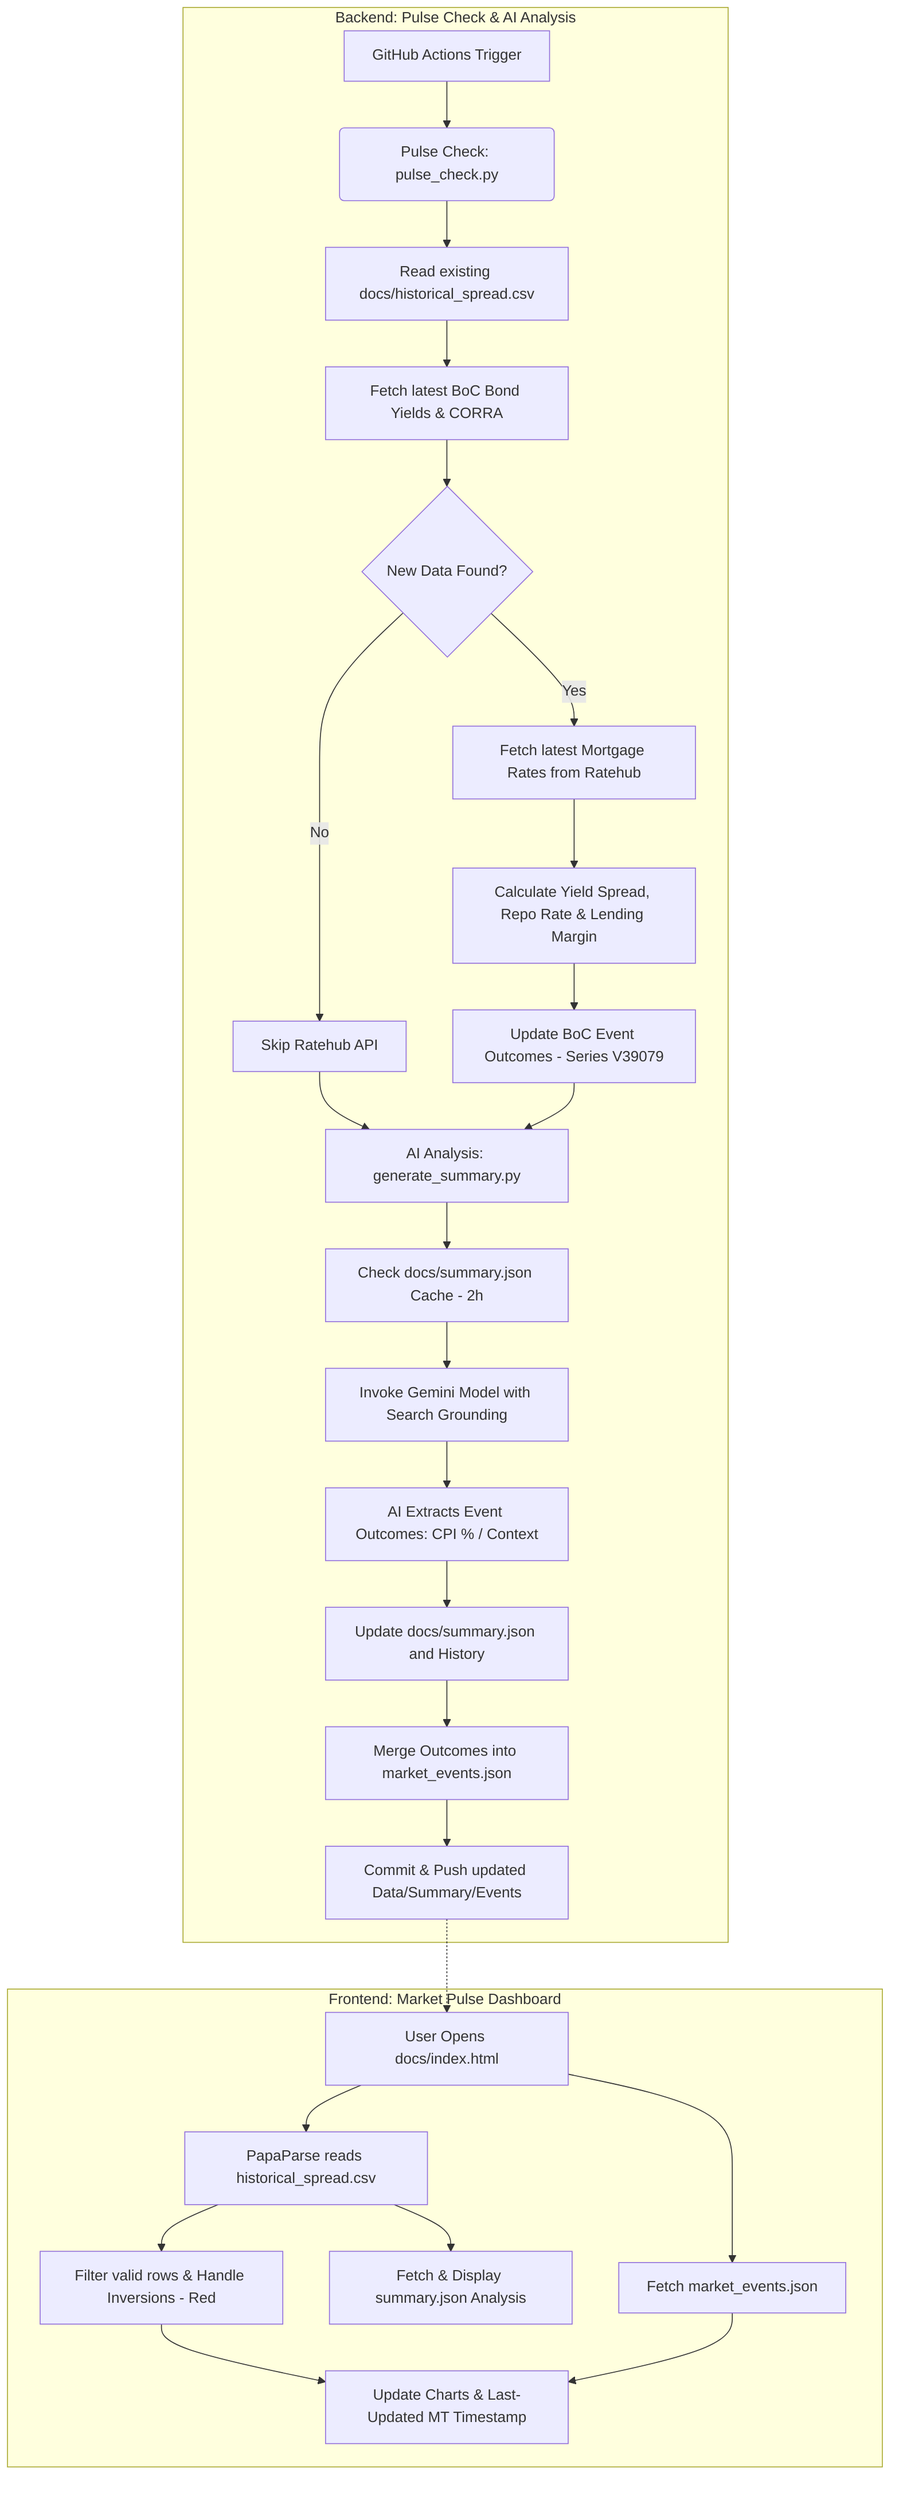
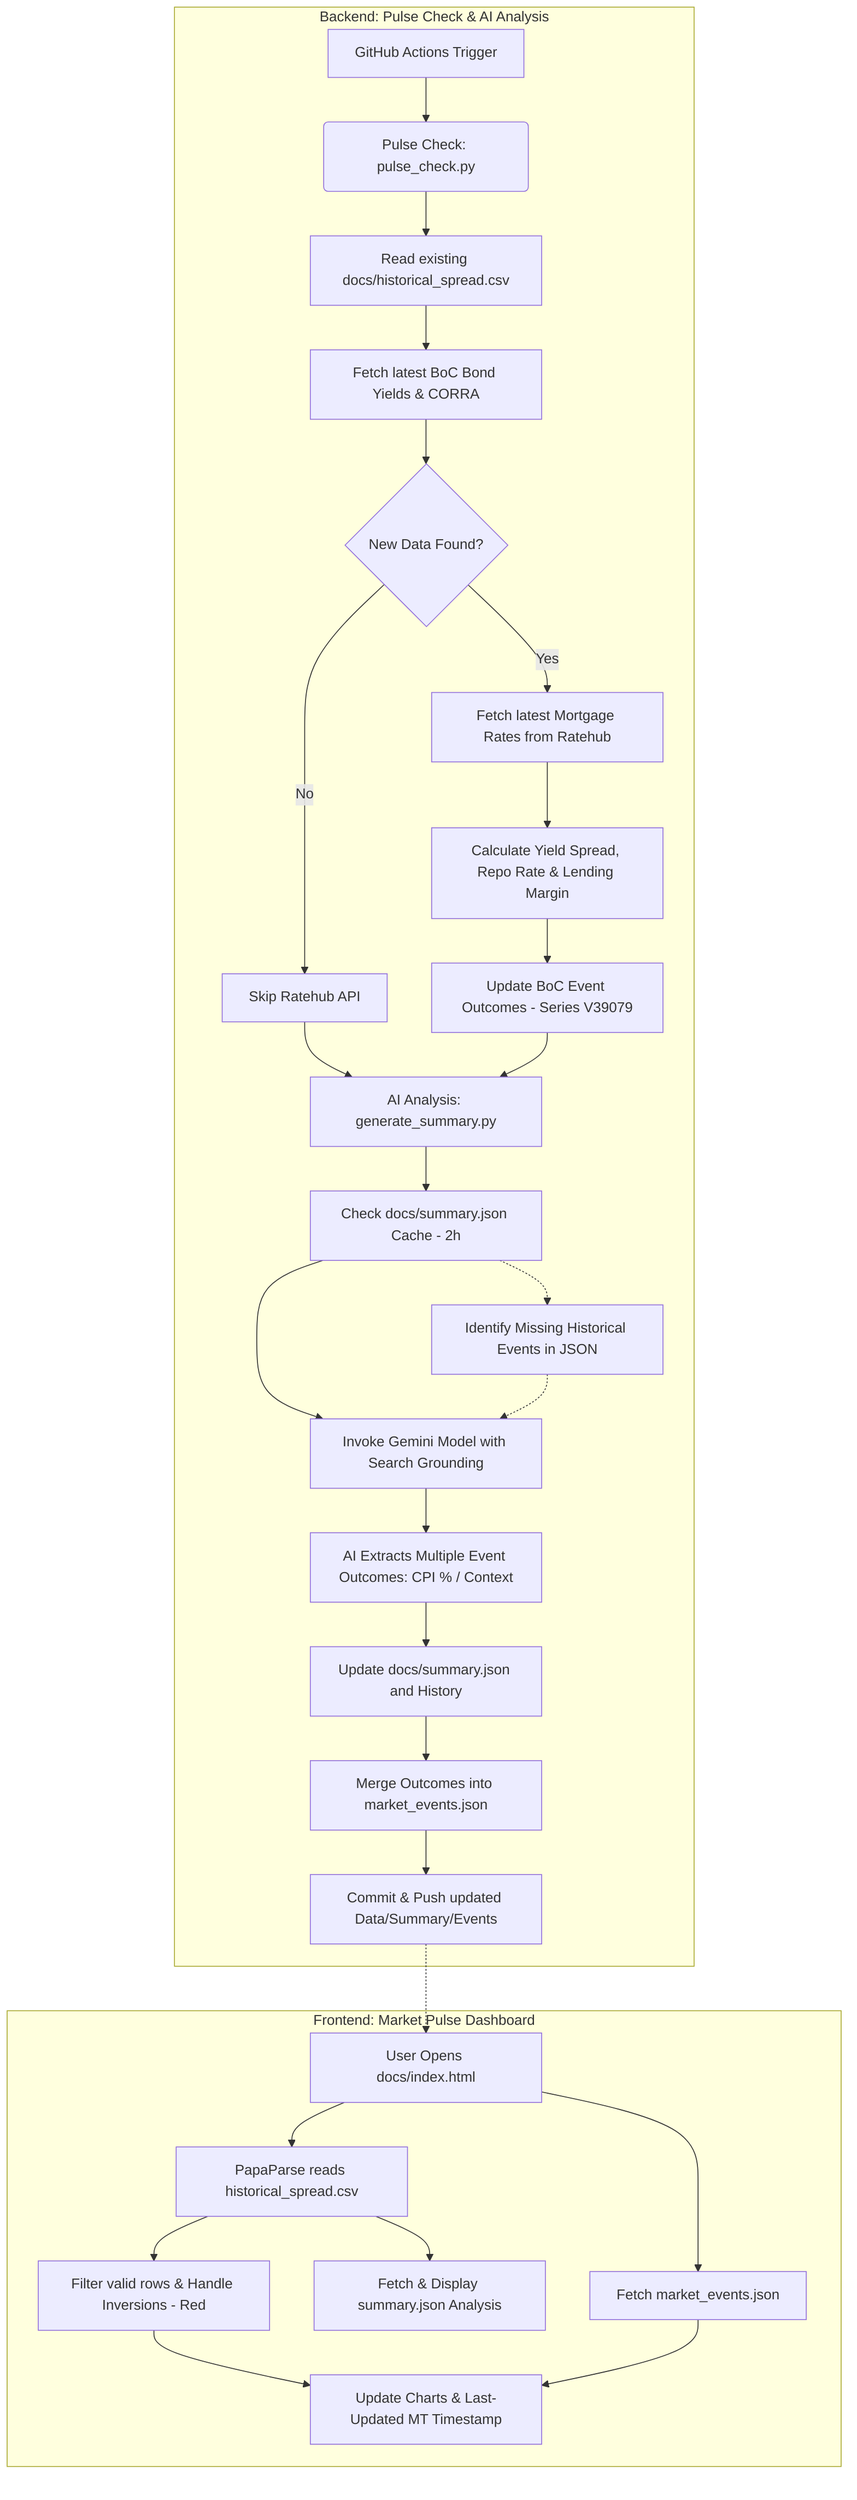
graph TD
    subgraph Backend ["Backend: Pulse Check & AI Analysis"]
    A[GitHub Actions Trigger] --> B(Pulse Check: pulse_check.py)
    B --> C[Read existing docs/historical_spread.csv]
    C --> D[Fetch latest BoC Bond Yields & CORRA]
    D --> E{New Data Found?}
    E -- No --> F[Skip Ratehub API]
    E -- Yes --> G[Fetch latest Mortgage Rates from Ratehub]
    G --> H[Calculate Yield Spread, Repo Rate & Lending Margin]
    H --> H1[Update BoC Event Outcomes - Series V39079]
    F --> I[AI Analysis: generate_summary.py]
    H1 --> I
    I --> J[Check docs/summary.json Cache - 2h]
    J --> K[Invoke Gemini Model with Search Grounding]
-     K --> K1[AI Extracts Event Outcomes: CPI % / Context]
+     J -.-> J1[Identify Missing Historical Events in JSON]
+     J1 -.-> K
+     K --> K1[AI Extracts Multiple Event Outcomes: CPI % / Context]
    K1 --> L[Update docs/summary.json and History]
    L --> L1[Merge Outcomes into market_events.json]
    L1 --> M[Commit & Push updated Data/Summary/Events]
    end

    subgraph Frontend ["Frontend: Market Pulse Dashboard"]
    N[User Opens docs/index.html] --> O[PapaParse reads historical_spread.csv]
    N --> R1[Fetch market_events.json]
    O --> P[Filter valid rows & Handle Inversions - Red]
    P --> Q[Update Charts & Last-Updated MT Timestamp]
    R1 --> Q
    O --> R[Fetch & Display summary.json Analysis]
    end

    M -.-> N

